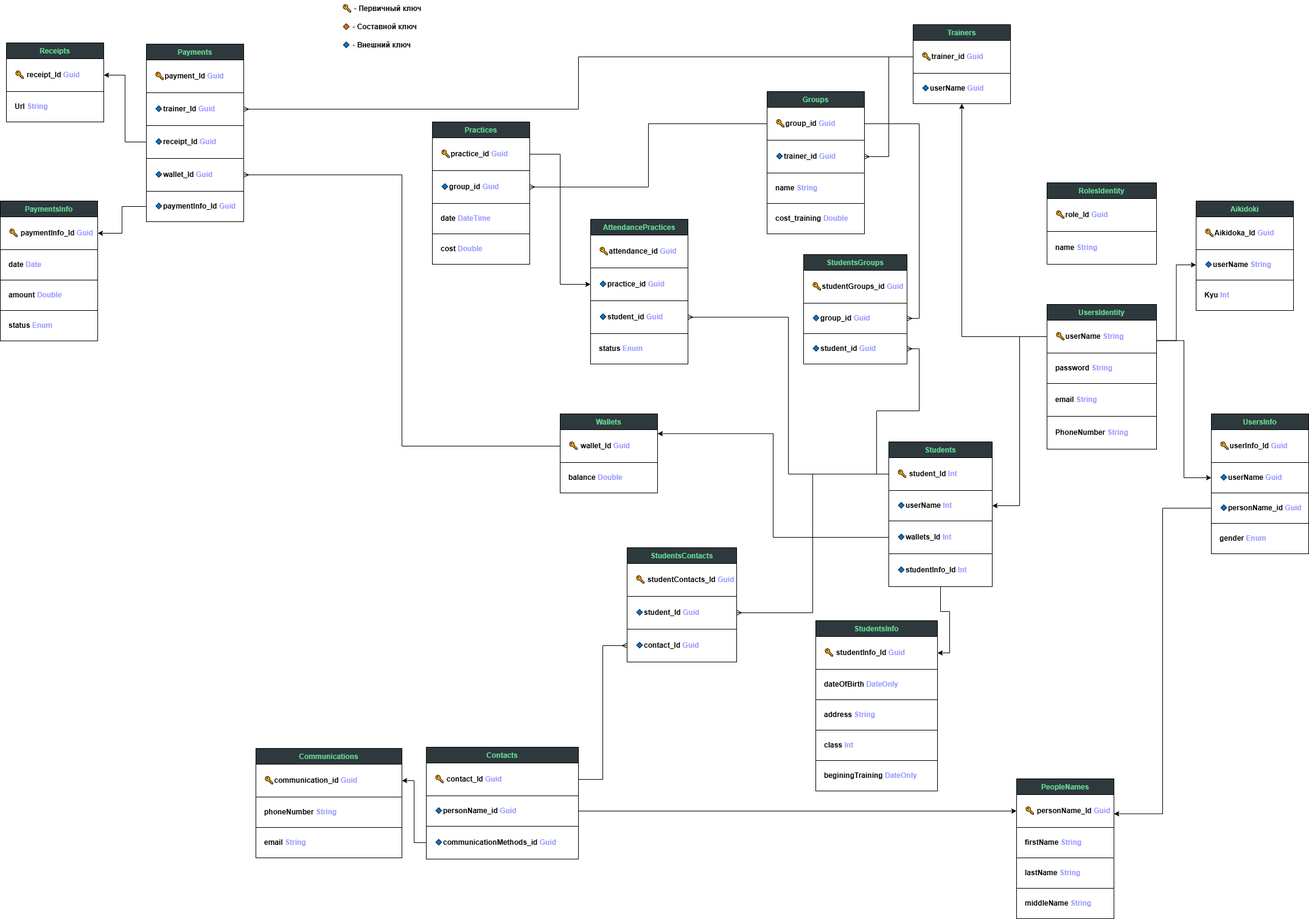
Earlier version of the draw.io export images/ER-db-diagram.png (wefspy/TrainerJournal-backend). Source tidied: cells renumbered, new cells last; positions are measured from the earlier drawing's top-left corner, leaving out a move shared by most shapes.
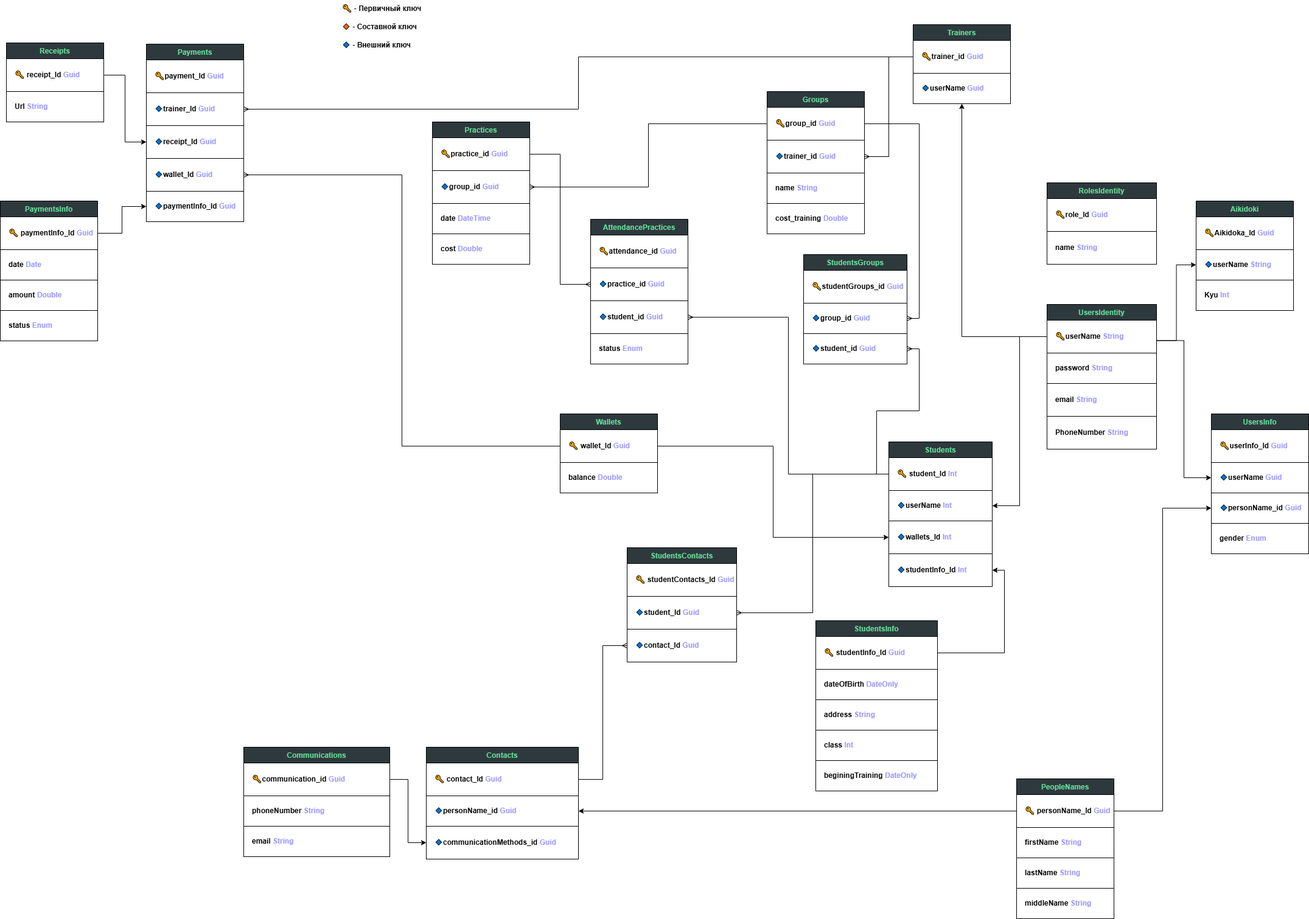
Later version of the same file.

Change to the diagram source:
```diff
@@ -152,9 +152,6 @@
     <mxCell id="51" value="&lt;b&gt;beginingTraining&amp;nbsp;&lt;/b&gt;&lt;b&gt;&lt;font color=&quot;#9999ff&quot;&gt;DateOnly&lt;/font&gt;&lt;/b&gt;" style="html=1;whiteSpace=wrap;align=left;fontSize=12;spacingLeft=12;" parent="46" vertex="1">
       <mxGeometry y="230" width="200" height="50" as="geometry" />
     </mxCell>
-    <mxCell id="52" style="edgeStyle=orthogonalEdgeStyle;rounded=0;jettySize=auto;html=1;entryX=1;entryY=0.5;entryDx=0;entryDy=0;" parent="1" edge="1" source="30" target="47">
-      <mxGeometry relative="1" as="geometry" />
-    </mxCell>
     <mxCell id="53" value="&lt;font color=&quot;#64dc97&quot;&gt;Contacts&lt;/font&gt;" style="swimlane;fontStyle=1;align=center;verticalAlign=top;horizontal=1;startSize=26;whiteSpace=wrap;html=1;fillColor=#2e393d;" parent="1" vertex="1">
       <mxGeometry x="700" y="1228" width="250" height="184" as="geometry" />
     </mxCell>
@@ -186,7 +183,7 @@
       <mxGeometry relative="1" as="geometry" />
     </mxCell>
     <mxCell id="63" value="&lt;font color=&quot;#64dc97&quot;&gt;Communications&lt;/font&gt;&lt;div&gt;&lt;font color=&quot;#64dc97&quot;&gt;&lt;br&gt;&lt;/font&gt;&lt;/div&gt;" style="swimlane;fontStyle=1;align=center;verticalAlign=top;horizontal=1;startSize=26;whiteSpace=wrap;html=1;fillColor=#2e393d;" parent="1" vertex="1">
-      <mxGeometry x="420" y="1230" width="240" height="180" as="geometry" />
+      <mxGeometry x="400" y="1228" width="240" height="180" as="geometry" />
     </mxCell>
     <mxCell id="64" value="🔑&lt;b&gt;communication_id&amp;nbsp;&lt;/b&gt;&lt;b&gt;&lt;font color=&quot;#9999ff&quot;&gt;Guid&lt;/font&gt;&lt;/b&gt;" style="html=1;whiteSpace=wrap;align=left;spacingLeft=12;" parent="63" vertex="1">
       <mxGeometry y="26" width="240" height="54" as="geometry" />
@@ -197,15 +194,6 @@
     <mxCell id="66" value="&lt;b style=&quot;border-color: var(--border-color);&quot;&gt;email&amp;nbsp;&lt;/b&gt;&lt;b&gt;&lt;font color=&quot;#9999ff&quot;&gt;String&lt;/font&gt;&lt;/b&gt;" style="html=1;whiteSpace=wrap;align=left;fontSize=12;spacingLeft=12;" parent="63" vertex="1">
       <mxGeometry y="130" width="240" height="50" as="geometry" />
     </mxCell>
-    <mxCell id="67" style="edgeStyle=orthogonalEdgeStyle;rounded=0;jettySize=auto;html=1;exitX=0;exitY=0.5;exitDx=0;exitDy=0;entryX=1;entryY=0.25;entryDx=0;entryDy=0;" parent="1" edge="1" source="12" target="21">
-      <mxGeometry relative="1" as="geometry" />
-    </mxCell>
-    <mxCell id="68" style="edgeStyle=orthogonalEdgeStyle;rounded=0;jettySize=auto;html=1;entryX=0;entryY=0.5;entryDx=0;entryDy=0;" parent="1" edge="1" source="55" target="22">
-      <mxGeometry relative="1" as="geometry" />
-    </mxCell>
-    <mxCell id="69" style="edgeStyle=orthogonalEdgeStyle;rounded=0;jettySize=auto;html=1;exitX=0;exitY=0.5;exitDx=0;exitDy=0;entryX=1;entryY=0.5;entryDx=0;entryDy=0;" parent="1" edge="1" source="56" target="64">
-      <mxGeometry relative="1" as="geometry" />
-    </mxCell>
     <mxCell id="70" style="edgeStyle=orthogonalEdgeStyle;rounded=0;jettySize=auto;html=1;entryX=1;entryY=0.5;entryDx=0;entryDy=0;" parent="1" edge="1" source="5" target="28">
       <mxGeometry relative="1" as="geometry" />
     </mxCell>
@@ -221,9 +209,6 @@
     <mxCell id="74" value="&lt;b&gt;balance &lt;font color=&quot;#9999ff&quot;&gt;Double&lt;/font&gt;&lt;/b&gt;" style="html=1;whiteSpace=wrap;align=left;fontSize=12;spacingLeft=12;" parent="72" vertex="1">
       <mxGeometry y="80" width="160" height="50" as="geometry" />
     </mxCell>
-    <mxCell id="75" style="edgeStyle=orthogonalEdgeStyle;rounded=0;jettySize=auto;html=1;entryX=1;entryY=0.25;entryDx=0;entryDy=0;" parent="1" edge="1" source="29" target="72">
-      <mxGeometry relative="1" as="geometry" />
-    </mxCell>
     <mxCell id="76" value="&lt;font color=&quot;#64dc97&quot;&gt;Payments&lt;/font&gt;" style="swimlane;fontStyle=1;align=center;verticalAlign=top;horizontal=1;startSize=26;whiteSpace=wrap;html=1;fillColor=#2e393d;" parent="1" vertex="1">
       <mxGeometry x="240" y="72" width="160" height="292" as="geometry" />
     </mxCell>
@@ -257,9 +242,6 @@
     <mxCell id="86" value="&lt;b&gt;Url&amp;nbsp;&lt;/b&gt;&lt;b style=&quot;border-color: var(--border-color);&quot;&gt;&lt;font style=&quot;border-color: var(--border-color);&quot; color=&quot;#9999ff&quot;&gt;String&lt;/font&gt;&lt;/b&gt;" style="html=1;whiteSpace=wrap;align=left;fontSize=12;spacingLeft=12;" parent="84" vertex="1">
       <mxGeometry y="80" width="160" height="50" as="geometry" />
     </mxCell>
-    <mxCell id="87" style="edgeStyle=orthogonalEdgeStyle;rounded=0;jettySize=auto;html=1;entryX=1;entryY=0.5;entryDx=0;entryDy=0;" parent="1" edge="1" source="79" target="85">
-      <mxGeometry relative="1" as="geometry" />
-    </mxCell>
     <mxCell id="88" value="&lt;font color=&quot;#64dc97&quot;&gt;Practices&lt;/font&gt;" style="swimlane;fontStyle=1;align=center;verticalAlign=top;horizontal=1;startSize=26;whiteSpace=wrap;html=1;fillColor=#2e393d;" parent="1" vertex="1">
       <mxGeometry x="710" y="200" width="160" height="234" as="geometry" />
     </mxCell>
@@ -311,9 +293,6 @@
     <mxCell id="104" value="&lt;b&gt;status &lt;font color=&quot;#9999ff&quot;&gt;Enum&lt;/font&gt;&lt;/b&gt;" style="html=1;whiteSpace=wrap;align=left;fontSize=12;spacingLeft=12;" parent="100" vertex="1">
       <mxGeometry y="180" width="160" height="50" as="geometry" />
     </mxCell>
-    <mxCell id="105" style="edgeStyle=orthogonalEdgeStyle;rounded=0;jettySize=auto;html=1;entryX=1;entryY=0.5;entryDx=0;entryDy=0;" parent="1" edge="1" source="81" target="101">
-      <mxGeometry relative="1" as="geometry" />
-    </mxCell>
     <mxCell id="106" value="&lt;font color=&quot;#64dc97&quot;&gt;RolesIdentity&lt;/font&gt;" style="swimlane;fontStyle=1;align=center;verticalAlign=top;horizontal=1;startSize=26;whiteSpace=wrap;html=1;fillColor=#2e393d;" parent="1" vertex="1">
       <mxGeometry x="1720" y="300" width="180" height="134" as="geometry" />
     </mxCell>
@@ -323,8 +302,29 @@
     <mxCell id="108" value="&lt;b&gt;name&amp;nbsp;&lt;/b&gt;&lt;b&gt;&lt;font color=&quot;#9999ff&quot;&gt;String&lt;/font&gt;&lt;/b&gt;" style="html=1;whiteSpace=wrap;align=left;spacingLeft=12;" parent="106" vertex="1">
       <mxGeometry y="80" width="180" height="54" as="geometry" />
     </mxCell>
-    <mxCell id="109" style="edgeStyle=orthogonalEdgeStyle;rounded=0;jettySize=auto;html=1;exitX=1;exitY=0.5;exitDx=0;exitDy=0;entryX=0;entryY=0.5;entryDx=0;entryDy=0;" parent="1" edge="1" source="89" target="96">
+    <mxCell id="109" style="edgeStyle=orthogonalEdgeStyle;rounded=0;jettySize=auto;html=1;exitX=1;exitY=0.5;exitDx=0;exitDy=0;entryX=0;entryY=0.5;entryDx=0;entryDy=0;endArrow=ERmany;endFill=0;" parent="1" edge="1" source="89" target="96">
       <mxGeometry relative="1" as="geometry" />
     </mxCell>
+    <mxCell id="110" style="edgeStyle=orthogonalEdgeStyle;rounded=0;jettySize=auto;html=1;entryX=0;entryY=0.5;entryDx=0;entryDy=0;" parent="1" edge="1" source="101" target="81">
+      <mxGeometry relative="1" as="geometry" />
+    </mxCell>
+    <mxCell id="111" style="edgeStyle=orthogonalEdgeStyle;rounded=0;jettySize=auto;html=1;exitX=1;exitY=0.5;exitDx=0;exitDy=0;entryX=0;entryY=0.5;entryDx=0;entryDy=0;" parent="1" edge="1" source="85" target="79">
+      <mxGeometry relative="1" as="geometry" />
+    </mxCell>
+    <mxCell id="112" style="edgeStyle=orthogonalEdgeStyle;rounded=0;jettySize=auto;html=1;exitX=1;exitY=0.5;exitDx=0;exitDy=0;entryX=0;entryY=0.5;entryDx=0;entryDy=0;" parent="1" edge="1" source="64" target="56">
+      <mxGeometry relative="1" as="geometry" />
+    </mxCell>
+    <mxCell id="113" style="edgeStyle=orthogonalEdgeStyle;rounded=0;jettySize=auto;html=1;exitX=0;exitY=0.5;exitDx=0;exitDy=0;entryX=1;entryY=0.5;entryDx=0;entryDy=0;" parent="1" edge="1" source="22" target="55">
+      <mxGeometry relative="1" as="geometry" />
+    </mxCell>
+    <mxCell id="114" style="edgeStyle=orthogonalEdgeStyle;rounded=0;jettySize=auto;html=1;exitX=1;exitY=0.5;exitDx=0;exitDy=0;entryX=0;entryY=0.5;entryDx=0;entryDy=0;" parent="1" edge="1" source="22" target="12">
+      <mxGeometry relative="1" as="geometry" />
+    </mxCell>
+    <mxCell id="115" style="edgeStyle=orthogonalEdgeStyle;rounded=0;jettySize=auto;html=1;exitX=1;exitY=0.5;exitDx=0;exitDy=0;entryX=1;entryY=0.5;entryDx=0;entryDy=0;" parent="1" edge="1" source="47" target="30">
+      <mxGeometry relative="1" as="geometry" />
+    </mxCell>
+    <mxCell id="116" style="edgeStyle=orthogonalEdgeStyle;rounded=0;jettySize=auto;html=1;exitX=1;exitY=0.5;exitDx=0;exitDy=0;entryX=0;entryY=0.5;entryDx=0;entryDy=0;" parent="1" edge="1" source="73" target="29">
+      <mxGeometry relative="1" as="geometry" />
+    </mxCell>
   </root>
 </mxGraphModel>
```
